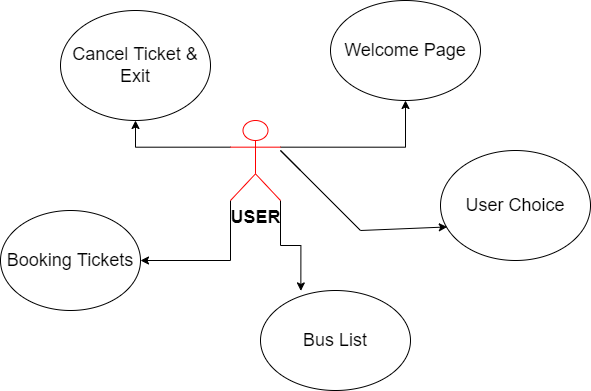
Naresh17025/M1_Bus_reservation_system keeps this draw.io diagram as 2_Architecture/Use Case Diagram.drawio.png. Above is the earlier version. Source tidied: cells renumbered, new cells last; positions are measured from the earlier drawing's top-left corner, leaving out a move shared by most shapes.
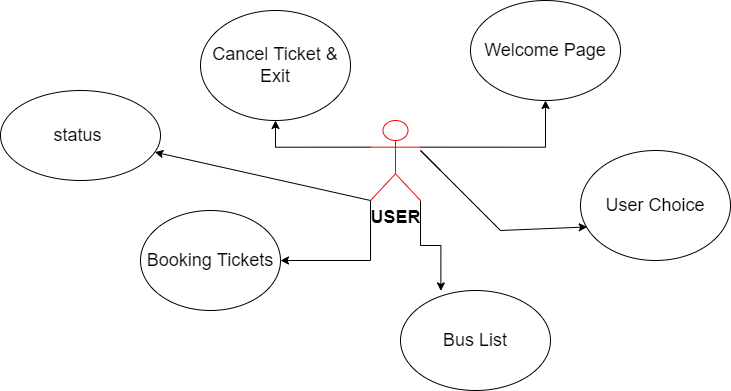
After the commit.

Diff of the diagram source:
```diff
@@ -41,5 +41,11 @@
         </Array>
       </mxGeometry>
     </mxCell>
+    <mxCell id="13" value="status&amp;nbsp;" style="ellipse;whiteSpace=wrap;html=1;fontSize=18;strokeColor=#000000;" parent="1" vertex="1">
+      <mxGeometry x="-140" y="90" width="160" height="90" as="geometry" />
+    </mxCell>
+    <mxCell id="14" style="endArrow=classic;html=1;rounded=0;fontSize=18;exitX=0;exitY=1;exitDx=0;exitDy=0;exitPerimeter=0;" parent="1" edge="1" source="11" target="13">
+      <mxGeometry relative="1" as="geometry" />
+    </mxCell>
   </root>
 </mxGraphModel>
```
